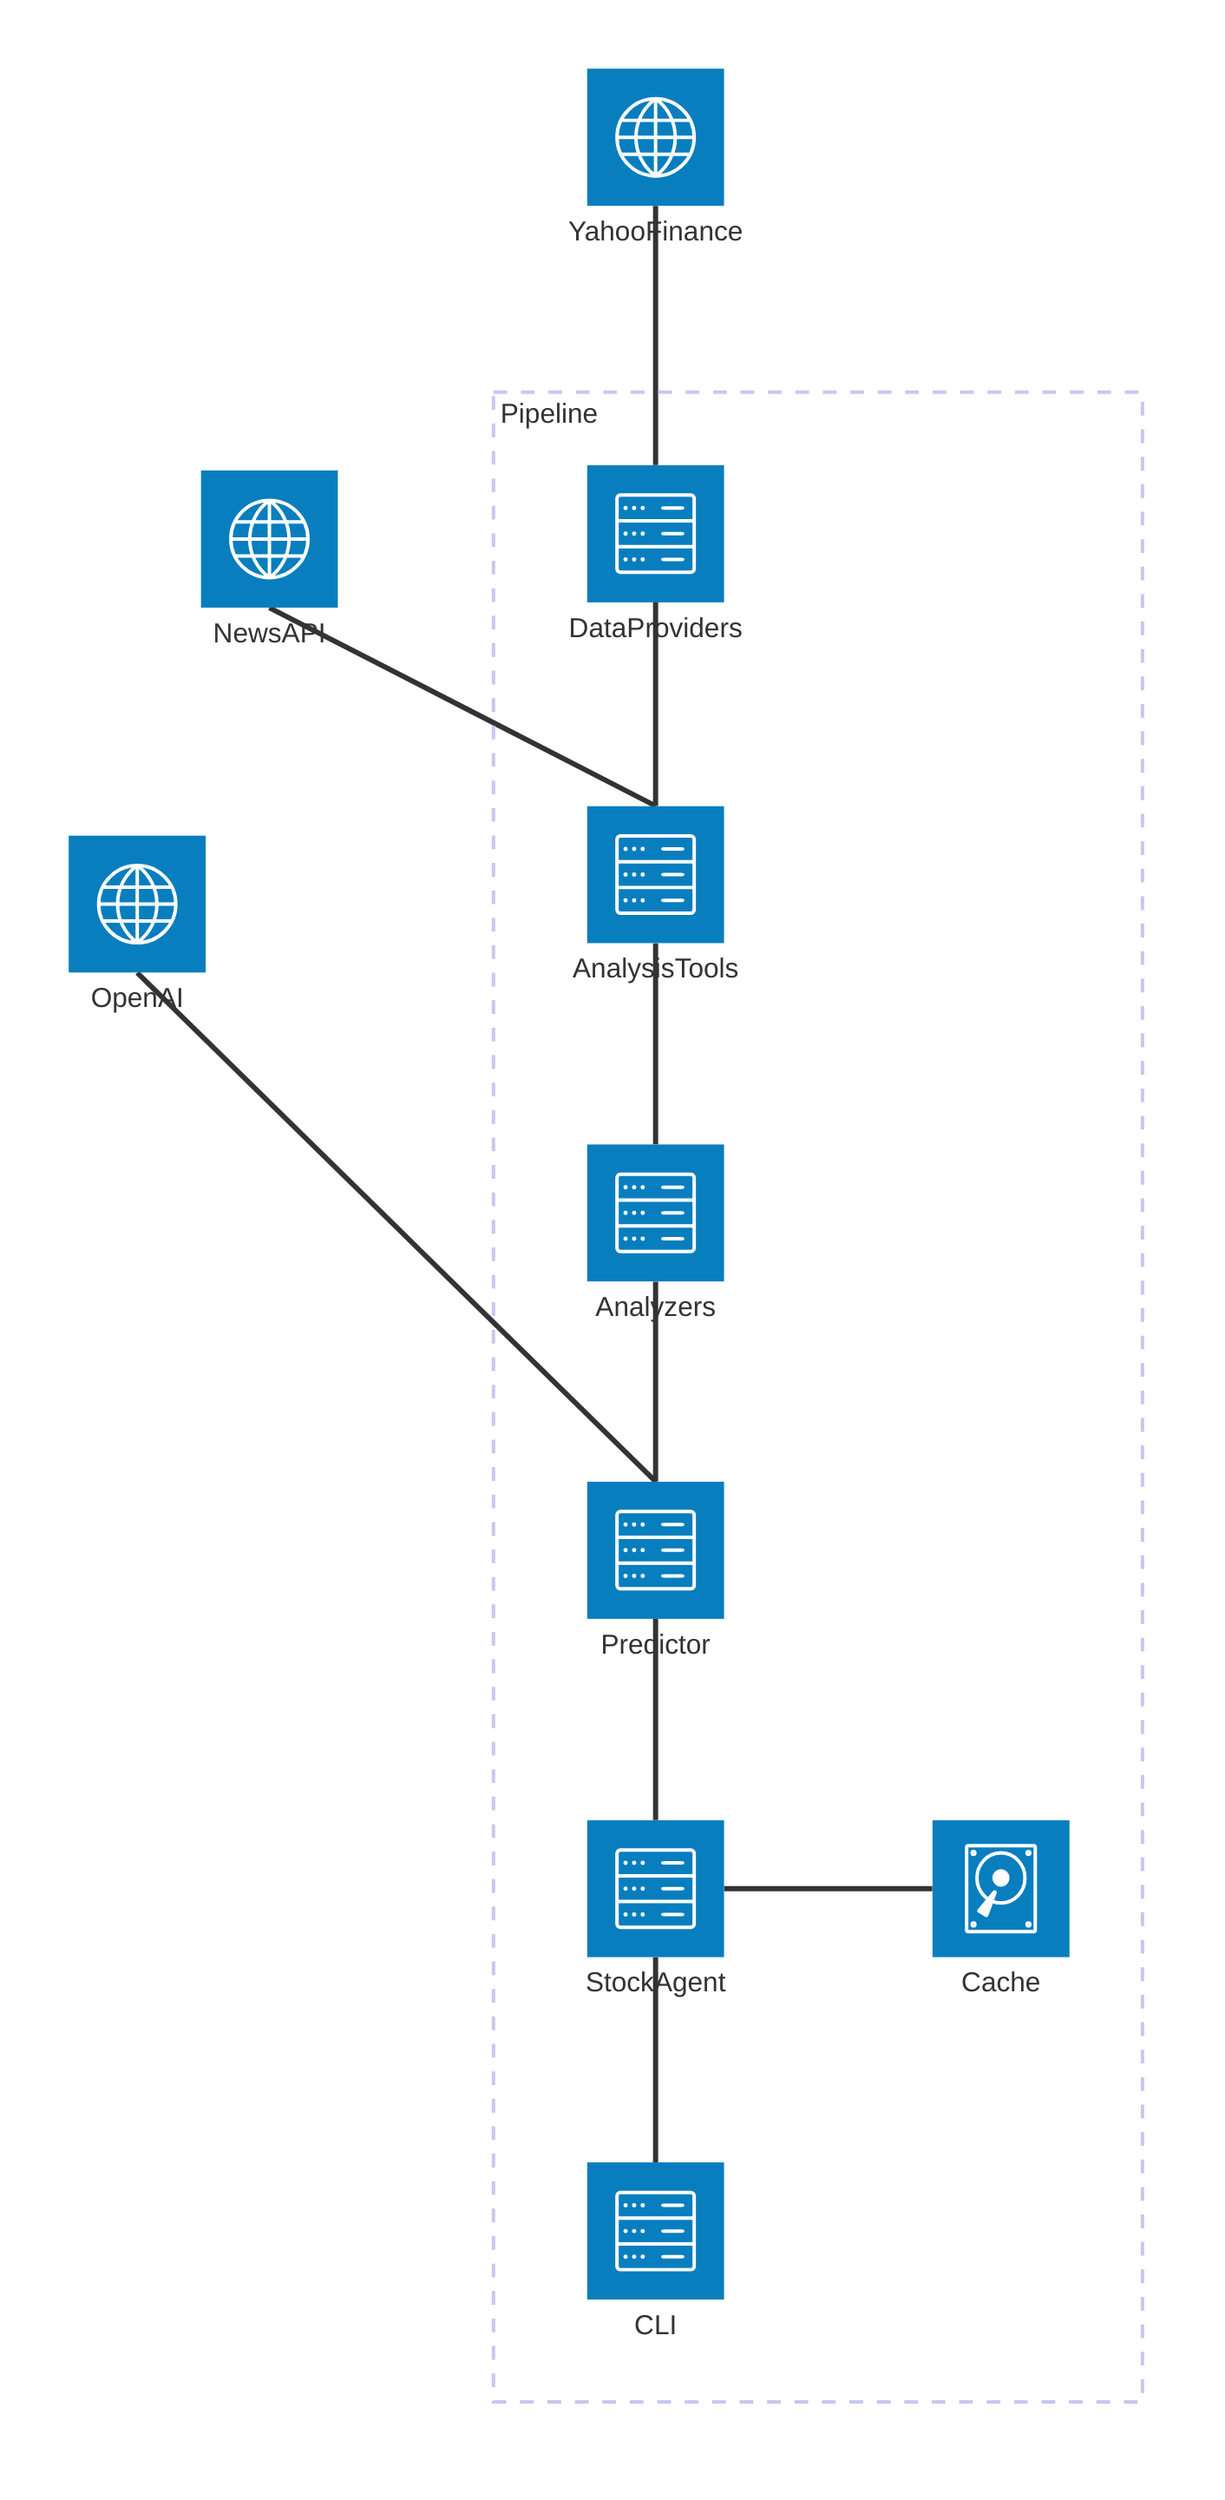
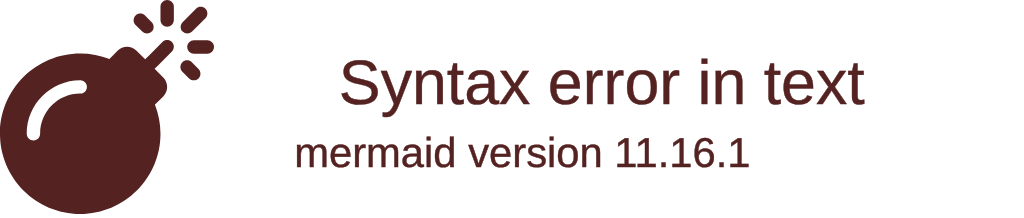
architecture-beta
-     group pipeline[Pipeline]
+     group core[Core Pipeline]
+     group ui[UI Layer]
+     group external[External Services]

-     service yfinance(internet)[YahooFinance]
-     service newsapi(internet)[NewsAPI]
-     service openai(internet)[OpenAI]
+     service yfinance(internet)[YahooFinance] in external
+     service newsapi(internet)[IndianAPI News] in external
+     service openai(internet)[OpenAI / OpenRouter] in external

-     service providers(server)[DataProviders] in pipeline
-     service tools(server)[AnalysisTools] in pipeline
-     service analyzers(server)[Analyzers] in pipeline
-     service predictor(server)[Predictor] in pipeline
-     service agent(server)[StockAgent] in pipeline
-     service cache(disk)[Cache] in pipeline
-     service cli(server)[CLI] in pipeline
+     service config(disk)[Config & Settings] in core
+     service providers(server)[DataProviders] in core
+     service toolfactory(server)[ToolFactory] in core
+     service analyzers(server)[Analyzers] in core
+     service predictor(server)[Predictor] in core
+     service buck(server)[Buck Orchestrator] in core
+     service cache(disk)[Output / Cache] in core
+ 
+     service backend(server)[FastAPI Backend] in ui
+     service frontend(server)[React Frontend] in ui
+     service cli(server)[CLI] in ui
+     service visualizer(server)[Visualizer] in ui
+ 
+     group tools[Analysis Tools] in core
+     service maths(server)[Maths Tools] in tools
+     service dl(server)[Deep Learning] in tools

    yfinance:B -- T:providers
-     newsapi:B -- T:tools
+     newsapi:B -- T:providers
    openai:B -- T:predictor
-     providers:B -- T:tools
-     tools:B -- T:analyzers
+ 
+     config:R -- L:buck
+     providers:B -- T:analyzers
+     toolfactory:R -- L:analyzers
+     maths:T -- B:toolfactory
+     dl:T -- B:toolfactory
    analyzers:B -- T:predictor
-     predictor:B -- T:agent
-     agent:R -- L:cache
-     agent:B -- T:cli+     predictor:B -- T:buck
+     providers:R -- L:buck
+     buck:R -- L:cache
+ 
+     frontend:B -- T:backend
+     backend:B -- T:buck
+     backend:R -- L:visualizer
+     cli:B -- T:buck
